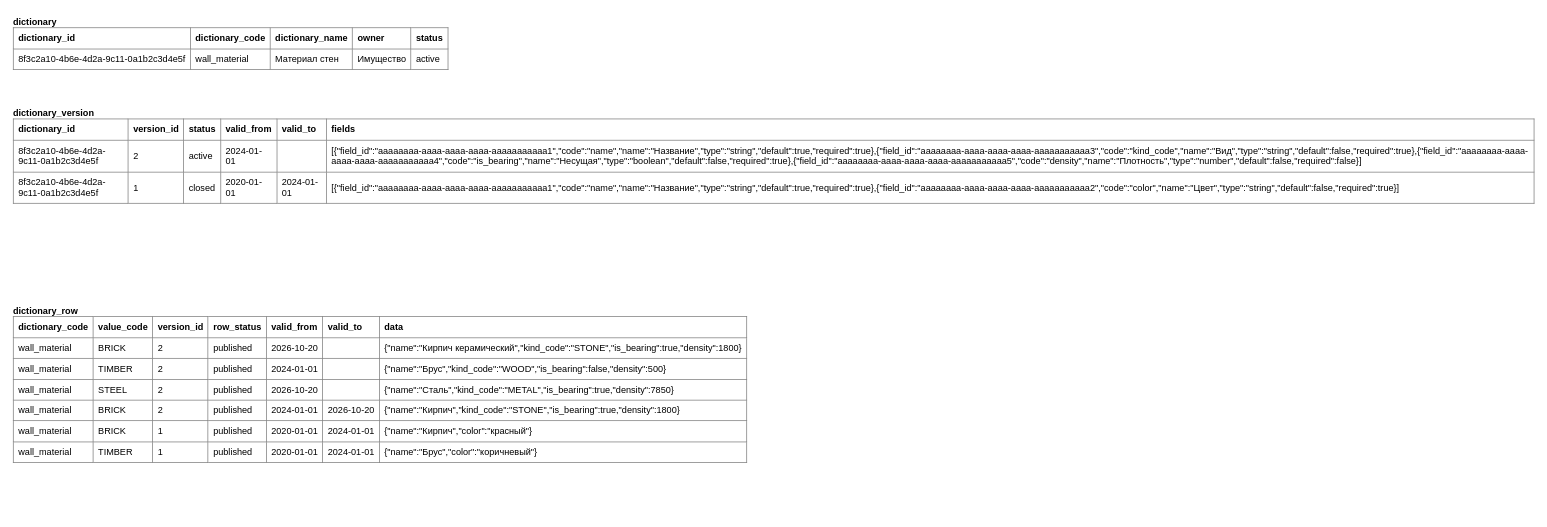
Before: docs/1. functional/specification/v3 - 1 таблица/wall_material.drawio in StrannikE95/reference_data, a draw.io diagram. Source tidied: cells renumbered, new cells numbered last; positions are measured from the earlier drawing's top-left corner, leaving out a move shared by most shapes. Both pictures are drawn from the tidied source at 76%, with x=0, y=0 at pixel (13, 13).
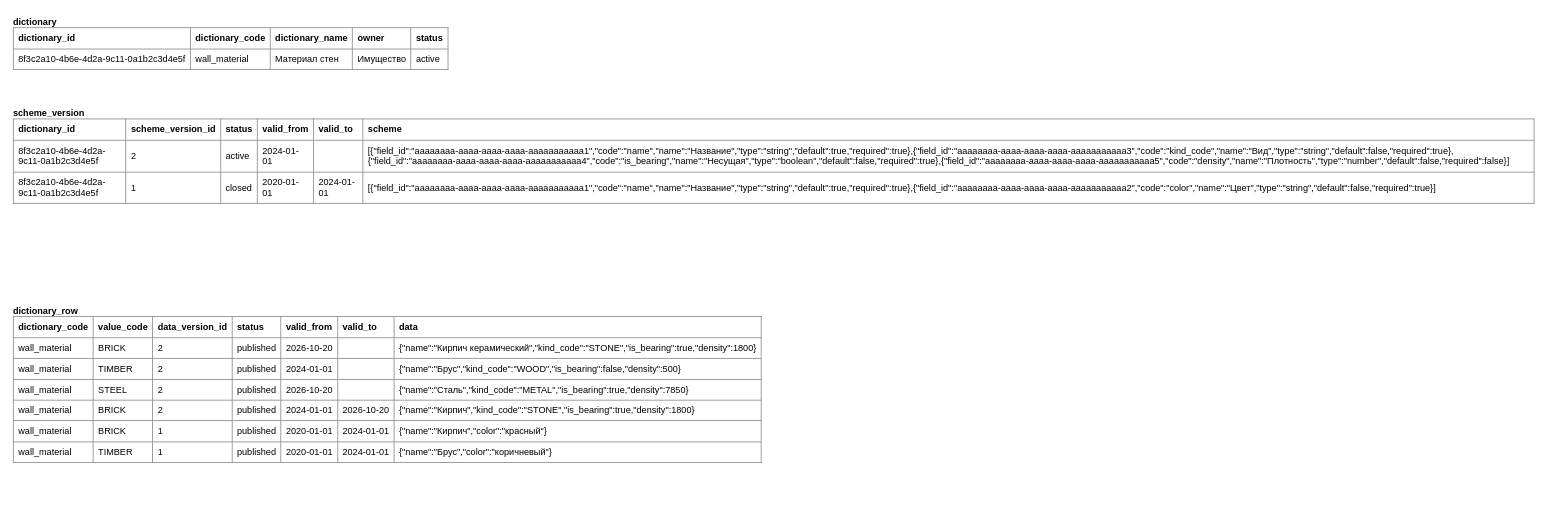
The same page after the edit.

Diff of the diagram source:
```diff
@@
 <mxGraphModel>
   <root>
     <mxCell id="0" />
     <mxCell id="1" parent="0" />
     <mxCell id="2" value="&lt;b&gt;dictionary&lt;/b&gt;&lt;br&gt;&lt;table border=&quot;1&quot; cellspacing=&quot;0&quot; cellpadding=&quot;6&quot; style=&quot;border-collapse:collapse;font-size:12px&quot;&gt;&lt;tr&gt;&lt;td&gt;&lt;b&gt;dictionary_id&lt;/b&gt;&lt;/td&gt;&lt;td&gt;&lt;b&gt;dictionary_code&lt;/b&gt;&lt;/td&gt;&lt;td&gt;&lt;b&gt;dictionary_name&lt;/b&gt;&lt;/td&gt;&lt;td&gt;&lt;b&gt;owner&lt;/b&gt;&lt;/td&gt;&lt;td&gt;&lt;b&gt;status&lt;/b&gt;&lt;/td&gt;&lt;/tr&gt;&lt;tr&gt;&lt;td&gt;8f3c2a10-4b6e-4d2a-9c11-0a1b2c3d4e5f&lt;/td&gt;&lt;td&gt;wall_material&lt;/td&gt;&lt;td&gt;Материал стен&lt;/td&gt;&lt;td&gt;Имущество&lt;/td&gt;&lt;td&gt;active&lt;/td&gt;&lt;/tr&gt;&lt;/table&gt;" style="text;html=1;strokeColor=none;fillColor=none;align=left;verticalAlign=top;spacing=0;" parent="1" vertex="1">
       <mxGeometry width="1100" height="90" as="geometry" />
     </mxCell>
-    <mxCell id="3" value="&lt;b&gt;dictionary_version&lt;/b&gt;&lt;br&gt;&lt;table border=&quot;1&quot; cellspacing=&quot;0&quot; cellpadding=&quot;6&quot; style=&quot;border-collapse:collapse;font-size:12px&quot;&gt;&lt;tr&gt;&lt;td&gt;&lt;b&gt;dictionary_id&lt;/b&gt;&lt;/td&gt;&lt;td&gt;&lt;b&gt;version_id&lt;/b&gt;&lt;/td&gt;&lt;td&gt;&lt;b&gt;status&lt;/b&gt;&lt;/td&gt;&lt;td&gt;&lt;b&gt;valid_from&lt;/b&gt;&lt;/td&gt;&lt;td&gt;&lt;b&gt;valid_to&lt;/b&gt;&lt;/td&gt;&lt;td&gt;&lt;b&gt;fields&lt;/b&gt;&lt;/td&gt;&lt;/tr&gt;&lt;tr&gt;&lt;td&gt;8f3c2a10-4b6e-4d2a-9c11-0a1b2c3d4e5f&lt;/td&gt;&lt;td&gt;2&lt;/td&gt;&lt;td&gt;active&lt;/td&gt;&lt;td&gt;2024-01-01&lt;/td&gt;&lt;td&gt;&lt;/td&gt;&lt;td&gt;[{&amp;quot;field_id&amp;quot;:&amp;quot;aaaaaaaa-aaaa-aaaa-aaaa-aaaaaaaaaaa1&amp;quot;,&amp;quot;code&amp;quot;:&amp;quot;name&amp;quot;,&amp;quot;name&amp;quot;:&amp;quot;Название&amp;quot;,&amp;quot;type&amp;quot;:&amp;quot;string&amp;quot;,&amp;quot;default&amp;quot;:true,&amp;quot;required&amp;quot;:true},{&amp;quot;field_id&amp;quot;:&amp;quot;aaaaaaaa-aaaa-aaaa-aaaa-aaaaaaaaaaa3&amp;quot;,&amp;quot;code&amp;quot;:&amp;quot;kind_code&amp;quot;,&amp;quot;name&amp;quot;:&amp;quot;Вид&amp;quot;,&amp;quot;type&amp;quot;:&amp;quot;string&amp;quot;,&amp;quot;default&amp;quot;:false,&amp;quot;required&amp;quot;:true},{&amp;quot;field_id&amp;quot;:&amp;quot;aaaaaaaa-aaaa-aaaa-aaaa-aaaaaaaaaaa4&amp;quot;,&amp;quot;code&amp;quot;:&amp;quot;is_bearing&amp;quot;,&amp;quot;name&amp;quot;:&amp;quot;Несущая&amp;quot;,&amp;quot;type&amp;quot;:&amp;quot;boolean&amp;quot;,&amp;quot;default&amp;quot;:false,&amp;quot;required&amp;quot;:true},{&amp;quot;field_id&amp;quot;:&amp;quot;aaaaaaaa-aaaa-aaaa-aaaa-aaaaaaaaaaa5&amp;quot;,&amp;quot;code&amp;quot;:&amp;quot;density&amp;quot;,&amp;quot;name&amp;quot;:&amp;quot;Плотность&amp;quot;,&amp;quot;type&amp;quot;:&amp;quot;number&amp;quot;,&amp;quot;default&amp;quot;:false,&amp;quot;required&amp;quot;:false}]&lt;/td&gt;&lt;/tr&gt;&lt;tr&gt;&lt;td&gt;8f3c2a10-4b6e-4d2a-9c11-0a1b2c3d4e5f&lt;/td&gt;&lt;td&gt;1&lt;/td&gt;&lt;td&gt;closed&lt;/td&gt;&lt;td&gt;2020-01-01&lt;/td&gt;&lt;td&gt;2024-01-01&lt;/td&gt;&lt;td&gt;[{&amp;quot;field_id&amp;quot;:&amp;quot;aaaaaaaa-aaaa-aaaa-aaaa-aaaaaaaaaaa1&amp;quot;,&amp;quot;code&amp;quot;:&amp;quot;name&amp;quot;,&amp;quot;name&amp;quot;:&amp;quot;Название&amp;quot;,&amp;quot;type&amp;quot;:&amp;quot;string&amp;quot;,&amp;quot;default&amp;quot;:true,&amp;quot;required&amp;quot;:true},{&amp;quot;field_id&amp;quot;:&amp;quot;aaaaaaaa-aaaa-aaaa-aaaa-aaaaaaaaaaa2&amp;quot;,&amp;quot;code&amp;quot;:&amp;quot;color&amp;quot;,&amp;quot;name&amp;quot;:&amp;quot;Цвет&amp;quot;,&amp;quot;type&amp;quot;:&amp;quot;string&amp;quot;,&amp;quot;default&amp;quot;:false,&amp;quot;required&amp;quot;:true}]&lt;/td&gt;&lt;/tr&gt;&lt;/table&gt;" style="text;html=1;strokeColor=none;fillColor=none;align=left;verticalAlign=top;spacing=0;whiteSpace=wrap;" parent="1" vertex="1">
+    <mxCell id="3" value="&lt;b&gt;scheme_version&lt;/b&gt;&lt;br&gt;&lt;table border=&quot;1&quot; cellspacing=&quot;0&quot; cellpadding=&quot;6&quot; style=&quot;border-collapse:collapse;font-size:12px&quot;&gt;&lt;tr&gt;&lt;td&gt;&lt;b&gt;dictionary_id&lt;/b&gt;&lt;/td&gt;&lt;td&gt;&lt;b&gt;scheme_version_id&lt;/b&gt;&lt;/td&gt;&lt;td&gt;&lt;b&gt;status&lt;/b&gt;&lt;/td&gt;&lt;td&gt;&lt;b&gt;valid_from&lt;/b&gt;&lt;/td&gt;&lt;td&gt;&lt;b&gt;valid_to&lt;/b&gt;&lt;/td&gt;&lt;td&gt;&lt;b&gt;scheme&lt;/b&gt;&lt;/td&gt;&lt;/tr&gt;&lt;tr&gt;&lt;td&gt;8f3c2a10-4b6e-4d2a-9c11-0a1b2c3d4e5f&lt;/td&gt;&lt;td&gt;2&lt;/td&gt;&lt;td&gt;active&lt;/td&gt;&lt;td&gt;2024-01-01&lt;/td&gt;&lt;td&gt;&lt;/td&gt;&lt;td&gt;[{&amp;quot;field_id&amp;quot;:&amp;quot;aaaaaaaa-aaaa-aaaa-aaaa-aaaaaaaaaaa1&amp;quot;,&amp;quot;code&amp;quot;:&amp;quot;name&amp;quot;,&amp;quot;name&amp;quot;:&amp;quot;Название&amp;quot;,&amp;quot;type&amp;quot;:&amp;quot;string&amp;quot;,&amp;quot;default&amp;quot;:true,&amp;quot;required&amp;quot;:true},{&amp;quot;field_id&amp;quot;:&amp;quot;aaaaaaaa-aaaa-aaaa-aaaa-aaaaaaaaaaa3&amp;quot;,&amp;quot;code&amp;quot;:&amp;quot;kind_code&amp;quot;,&amp;quot;name&amp;quot;:&amp;quot;Вид&amp;quot;,&amp;quot;type&amp;quot;:&amp;quot;string&amp;quot;,&amp;quot;default&amp;quot;:false,&amp;quot;required&amp;quot;:true},{&amp;quot;field_id&amp;quot;:&amp;quot;aaaaaaaa-aaaa-aaaa-aaaa-aaaaaaaaaaa4&amp;quot;,&amp;quot;code&amp;quot;:&amp;quot;is_bearing&amp;quot;,&amp;quot;name&amp;quot;:&amp;quot;Несущая&amp;quot;,&amp;quot;type&amp;quot;:&amp;quot;boolean&amp;quot;,&amp;quot;default&amp;quot;:false,&amp;quot;required&amp;quot;:true},{&amp;quot;field_id&amp;quot;:&amp;quot;aaaaaaaa-aaaa-aaaa-aaaa-aaaaaaaaaaa5&amp;quot;,&amp;quot;code&amp;quot;:&amp;quot;density&amp;quot;,&amp;quot;name&amp;quot;:&amp;quot;Плотность&amp;quot;,&amp;quot;type&amp;quot;:&amp;quot;number&amp;quot;,&amp;quot;default&amp;quot;:false,&amp;quot;required&amp;quot;:false}]&lt;/td&gt;&lt;/tr&gt;&lt;tr&gt;&lt;td&gt;8f3c2a10-4b6e-4d2a-9c11-0a1b2c3d4e5f&lt;/td&gt;&lt;td&gt;1&lt;/td&gt;&lt;td&gt;closed&lt;/td&gt;&lt;td&gt;2020-01-01&lt;/td&gt;&lt;td&gt;2024-01-01&lt;/td&gt;&lt;td&gt;[{&amp;quot;field_id&amp;quot;:&amp;quot;aaaaaaaa-aaaa-aaaa-aaaa-aaaaaaaaaaa1&amp;quot;,&amp;quot;code&amp;quot;:&amp;quot;name&amp;quot;,&amp;quot;name&amp;quot;:&amp;quot;Название&amp;quot;,&amp;quot;type&amp;quot;:&amp;quot;string&amp;quot;,&amp;quot;default&amp;quot;:true,&amp;quot;required&amp;quot;:true},{&amp;quot;field_id&amp;quot;:&amp;quot;aaaaaaaa-aaaa-aaaa-aaaa-aaaaaaaaaaa2&amp;quot;,&amp;quot;code&amp;quot;:&amp;quot;color&amp;quot;,&amp;quot;name&amp;quot;:&amp;quot;Цвет&amp;quot;,&amp;quot;type&amp;quot;:&amp;quot;string&amp;quot;,&amp;quot;default&amp;quot;:false,&amp;quot;required&amp;quot;:true}]&lt;/td&gt;&lt;/tr&gt;&lt;/table&gt;" style="text;html=1;strokeColor=none;fillColor=none;align=left;verticalAlign=top;spacing=0;whiteSpace=wrap;" parent="1" vertex="1">
       <mxGeometry y="120" width="2000" height="220" as="geometry" />
     </mxCell>
-    <mxCell id="4" value="&lt;b&gt;dictionary_row&lt;/b&gt;&lt;br&gt;&lt;table border=&quot;1&quot; cellspacing=&quot;0&quot; cellpadding=&quot;6&quot; style=&quot;border-collapse:collapse;font-size:12px&quot;&gt;&lt;tr&gt;&lt;td&gt;&lt;b&gt;dictionary_code&lt;/b&gt;&lt;/td&gt;&lt;td&gt;&lt;b&gt;value_code&lt;/b&gt;&lt;/td&gt;&lt;td&gt;&lt;b&gt;version_id&lt;/b&gt;&lt;/td&gt;&lt;td&gt;&lt;b&gt;row_status&lt;/b&gt;&lt;/td&gt;&lt;td&gt;&lt;b&gt;valid_from&lt;/b&gt;&lt;/td&gt;&lt;td&gt;&lt;b&gt;valid_to&lt;/b&gt;&lt;/td&gt;&lt;td&gt;&lt;b&gt;data&lt;/b&gt;&lt;/td&gt;&lt;/tr&gt;&lt;tr&gt;&lt;td&gt;wall_material&lt;/td&gt;&lt;td&gt;BRICK&lt;/td&gt;&lt;td&gt;2&lt;/td&gt;&lt;td&gt;published&lt;/td&gt;&lt;td&gt;2026-10-20&lt;/td&gt;&lt;td&gt;&lt;/td&gt;&lt;td&gt;{&amp;quot;name&amp;quot;:&amp;quot;Кирпич керамический&amp;quot;,&amp;quot;kind_code&amp;quot;:&amp;quot;STONE&amp;quot;,&amp;quot;is_bearing&amp;quot;:true,&amp;quot;density&amp;quot;:1800}&lt;/td&gt;&lt;/tr&gt;&lt;tr&gt;&lt;td&gt;wall_material&lt;/td&gt;&lt;td&gt;TIMBER&lt;/td&gt;&lt;td&gt;2&lt;/td&gt;&lt;td&gt;published&lt;/td&gt;&lt;td&gt;2024-01-01&lt;/td&gt;&lt;td&gt;&lt;/td&gt;&lt;td&gt;{&amp;quot;name&amp;quot;:&amp;quot;Брус&amp;quot;,&amp;quot;kind_code&amp;quot;:&amp;quot;WOOD&amp;quot;,&amp;quot;is_bearing&amp;quot;:false,&amp;quot;density&amp;quot;:500}&lt;/td&gt;&lt;/tr&gt;&lt;tr&gt;&lt;td&gt;wall_material&lt;/td&gt;&lt;td&gt;STEEL&lt;/td&gt;&lt;td&gt;2&lt;/td&gt;&lt;td&gt;published&lt;/td&gt;&lt;td&gt;2026-10-20&lt;/td&gt;&lt;td&gt;&lt;/td&gt;&lt;td&gt;{&amp;quot;name&amp;quot;:&amp;quot;Сталь&amp;quot;,&amp;quot;kind_code&amp;quot;:&amp;quot;METAL&amp;quot;,&amp;quot;is_bearing&amp;quot;:true,&amp;quot;density&amp;quot;:7850}&lt;/td&gt;&lt;/tr&gt;&lt;tr&gt;&lt;td&gt;wall_material&lt;/td&gt;&lt;td&gt;BRICK&lt;/td&gt;&lt;td&gt;2&lt;/td&gt;&lt;td&gt;published&lt;/td&gt;&lt;td&gt;2024-01-01&lt;/td&gt;&lt;td&gt;2026-10-20&lt;/td&gt;&lt;td&gt;{&amp;quot;name&amp;quot;:&amp;quot;Кирпич&amp;quot;,&amp;quot;kind_code&amp;quot;:&amp;quot;STONE&amp;quot;,&amp;quot;is_bearing&amp;quot;:true,&amp;quot;density&amp;quot;:1800}&lt;/td&gt;&lt;/tr&gt;&lt;tr&gt;&lt;td&gt;wall_material&lt;/td&gt;&lt;td&gt;BRICK&lt;/td&gt;&lt;td&gt;1&lt;/td&gt;&lt;td&gt;published&lt;/td&gt;&lt;td&gt;2020-01-01&lt;/td&gt;&lt;td&gt;2024-01-01&lt;/td&gt;&lt;td&gt;{&amp;quot;name&amp;quot;:&amp;quot;Кирпич&amp;quot;,&amp;quot;color&amp;quot;:&amp;quot;красный&amp;quot;}&lt;/td&gt;&lt;/tr&gt;&lt;tr&gt;&lt;td&gt;wall_material&lt;/td&gt;&lt;td&gt;TIMBER&lt;/td&gt;&lt;td&gt;1&lt;/td&gt;&lt;td&gt;published&lt;/td&gt;&lt;td&gt;2020-01-01&lt;/td&gt;&lt;td&gt;2024-01-01&lt;/td&gt;&lt;td&gt;{&amp;quot;name&amp;quot;:&amp;quot;Брус&amp;quot;,&amp;quot;color&amp;quot;:&amp;quot;коричневый&amp;quot;}&lt;/td&gt;&lt;/tr&gt;&lt;/table&gt;" style="text;html=1;strokeColor=none;fillColor=none;align=left;verticalAlign=top;spacing=0;" parent="1" vertex="1">
+    <mxCell id="4" value="&lt;b&gt;dictionary_row&lt;/b&gt;&lt;br&gt;&lt;table border=&quot;1&quot; cellspacing=&quot;0&quot; cellpadding=&quot;6&quot; style=&quot;border-collapse:collapse;font-size:12px&quot;&gt;&lt;tr&gt;&lt;td&gt;&lt;b&gt;dictionary_code&lt;/b&gt;&lt;/td&gt;&lt;td&gt;&lt;b&gt;value_code&lt;/b&gt;&lt;/td&gt;&lt;td&gt;&lt;b&gt;data_version_id&lt;/b&gt;&lt;/td&gt;&lt;td&gt;&lt;b&gt;status&lt;/b&gt;&lt;/td&gt;&lt;td&gt;&lt;b&gt;valid_from&lt;/b&gt;&lt;/td&gt;&lt;td&gt;&lt;b&gt;valid_to&lt;/b&gt;&lt;/td&gt;&lt;td&gt;&lt;b&gt;data&lt;/b&gt;&lt;/td&gt;&lt;/tr&gt;&lt;tr&gt;&lt;td&gt;wall_material&lt;/td&gt;&lt;td&gt;BRICK&lt;/td&gt;&lt;td&gt;2&lt;/td&gt;&lt;td&gt;published&lt;/td&gt;&lt;td&gt;2026-10-20&lt;/td&gt;&lt;td&gt;&lt;/td&gt;&lt;td&gt;{&amp;quot;name&amp;quot;:&amp;quot;Кирпич керамический&amp;quot;,&amp;quot;kind_code&amp;quot;:&amp;quot;STONE&amp;quot;,&amp;quot;is_bearing&amp;quot;:true,&amp;quot;density&amp;quot;:1800}&lt;/td&gt;&lt;/tr&gt;&lt;tr&gt;&lt;td&gt;wall_material&lt;/td&gt;&lt;td&gt;TIMBER&lt;/td&gt;&lt;td&gt;2&lt;/td&gt;&lt;td&gt;published&lt;/td&gt;&lt;td&gt;2024-01-01&lt;/td&gt;&lt;td&gt;&lt;/td&gt;&lt;td&gt;{&amp;quot;name&amp;quot;:&amp;quot;Брус&amp;quot;,&amp;quot;kind_code&amp;quot;:&amp;quot;WOOD&amp;quot;,&amp;quot;is_bearing&amp;quot;:false,&amp;quot;density&amp;quot;:500}&lt;/td&gt;&lt;/tr&gt;&lt;tr&gt;&lt;td&gt;wall_material&lt;/td&gt;&lt;td&gt;STEEL&lt;/td&gt;&lt;td&gt;2&lt;/td&gt;&lt;td&gt;published&lt;/td&gt;&lt;td&gt;2026-10-20&lt;/td&gt;&lt;td&gt;&lt;/td&gt;&lt;td&gt;{&amp;quot;name&amp;quot;:&amp;quot;Сталь&amp;quot;,&amp;quot;kind_code&amp;quot;:&amp;quot;METAL&amp;quot;,&amp;quot;is_bearing&amp;quot;:true,&amp;quot;density&amp;quot;:7850}&lt;/td&gt;&lt;/tr&gt;&lt;tr&gt;&lt;td&gt;wall_material&lt;/td&gt;&lt;td&gt;BRICK&lt;/td&gt;&lt;td&gt;2&lt;/td&gt;&lt;td&gt;published&lt;/td&gt;&lt;td&gt;2024-01-01&lt;/td&gt;&lt;td&gt;2026-10-20&lt;/td&gt;&lt;td&gt;{&amp;quot;name&amp;quot;:&amp;quot;Кирпич&amp;quot;,&amp;quot;kind_code&amp;quot;:&amp;quot;STONE&amp;quot;,&amp;quot;is_bearing&amp;quot;:true,&amp;quot;density&amp;quot;:1800}&lt;/td&gt;&lt;/tr&gt;&lt;tr&gt;&lt;td&gt;wall_material&lt;/td&gt;&lt;td&gt;BRICK&lt;/td&gt;&lt;td&gt;1&lt;/td&gt;&lt;td&gt;published&lt;/td&gt;&lt;td&gt;2020-01-01&lt;/td&gt;&lt;td&gt;2024-01-01&lt;/td&gt;&lt;td&gt;{&amp;quot;name&amp;quot;:&amp;quot;Кирпич&amp;quot;,&amp;quot;color&amp;quot;:&amp;quot;красный&amp;quot;}&lt;/td&gt;&lt;/tr&gt;&lt;tr&gt;&lt;td&gt;wall_material&lt;/td&gt;&lt;td&gt;TIMBER&lt;/td&gt;&lt;td&gt;1&lt;/td&gt;&lt;td&gt;published&lt;/td&gt;&lt;td&gt;2020-01-01&lt;/td&gt;&lt;td&gt;2024-01-01&lt;/td&gt;&lt;td&gt;{&amp;quot;name&amp;quot;:&amp;quot;Брус&amp;quot;,&amp;quot;color&amp;quot;:&amp;quot;коричневый&amp;quot;}&lt;/td&gt;&lt;/tr&gt;&lt;/table&gt;" style="text;html=1;strokeColor=none;fillColor=none;align=left;verticalAlign=top;spacing=0;" parent="1" vertex="1">
       <mxGeometry y="380" width="1900" height="280" as="geometry" />
     </mxCell>
   </root>
 </mxGraphModel>
```
